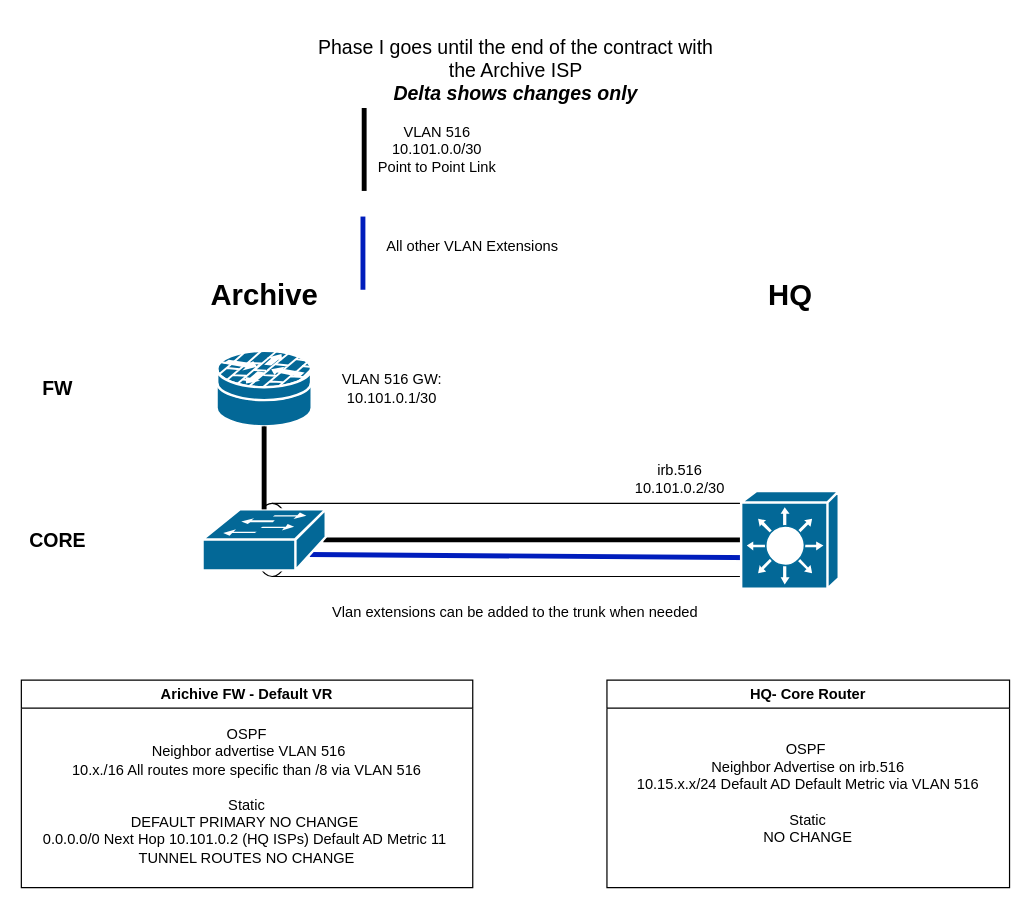
adamrt918/Diagram keeps this draw.io diagram as page "Delta Phase I" (2 of 2) of Archive.drawio. Above is the earlier version. Source tidied: cells renumbered, new cells numbered last; positions are measured from the earlier drawing's top-left corner, leaving out a move shared by most shapes. Both pictures are drawn from the tidied source at 122%, with x=0, y=0 at pixel (21, 21).
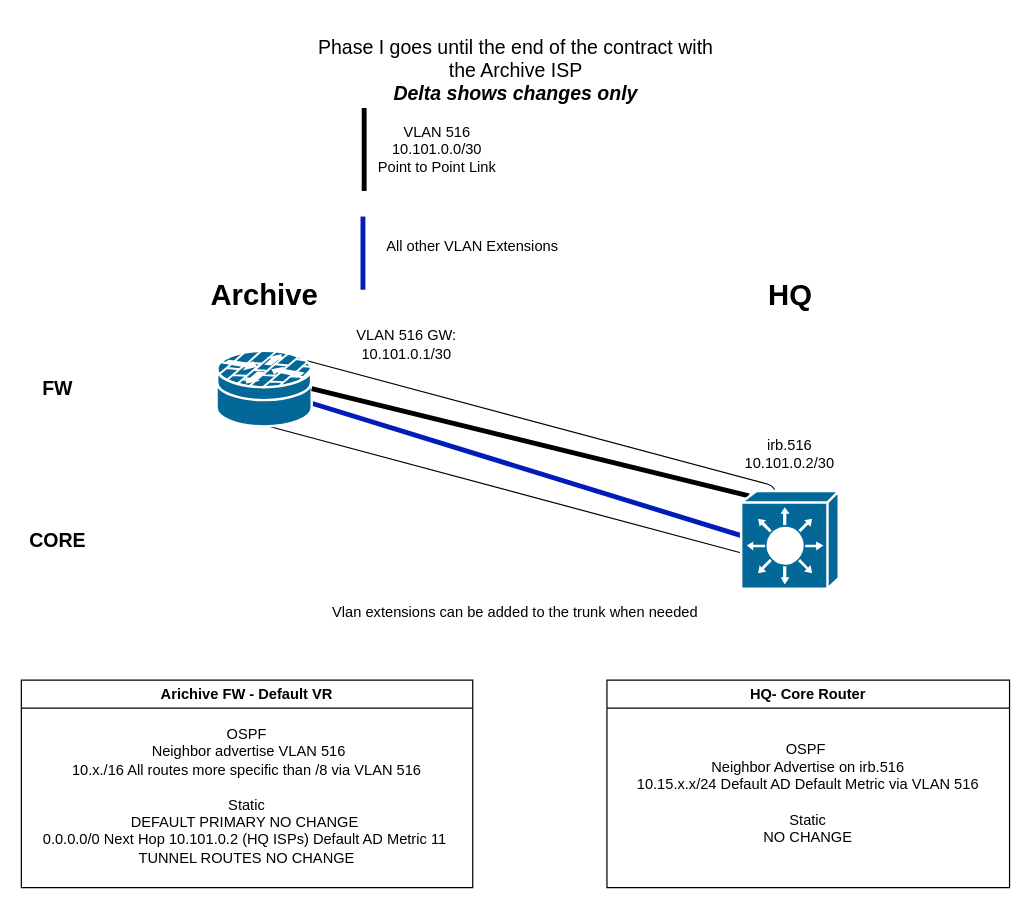
After the change.

Unchanged cells that the change refers to:
```xml
<mxCell id="5" style="shape=mxgraph.cisco.security.router_firewall;sketch=0;html=1;dashed=0;fillColor=#036897;strokeColor=#ffffff;strokeWidth=2;verticalLabelPosition=bottom;verticalAlign=top;align=center;outlineConnect=0;" parent="1" vertex="1">
  <mxGeometry x="160" y="270" width="78" height="62" as="geometry" />
</mxCell>
<mxCell id="22" style="shape=mxgraph.cisco.switches.layer_3_switch;sketch=0;html=1;dashed=0;fillColor=#036897;strokeColor=#ffffff;strokeWidth=2;verticalLabelPosition=bottom;verticalAlign=top;align=center;outlineConnect=0;" parent="1" vertex="1">
  <mxGeometry x="590" y="385" width="80" height="80" as="geometry" />
</mxCell>
```

The edit, as a diff of the source:
```diff
@@
-    <mxCell id="2" style="shape=cylinder3;whiteSpace=wrap;html=1;boundedLbl=1;backgroundOutline=1;size=15;rotation=-90;" parent="1" vertex="1">
-      <mxGeometry x="381.8" y="203.8" width="60" height="442.5" as="geometry" />
+    <mxCell id="2" style="shape=cylinder3;whiteSpace=wrap;html=1;boundedLbl=1;backgroundOutline=1;size=15;rotation=-75;" parent="1" vertex="1">
+      <mxGeometry x="375" y="133.8" width="60" height="442.5" as="geometry" />
     </mxCell>
-    <mxCell id="3" style="endArrow=none;html=1;rounded=0;exitX=0.87;exitY=0.74;exitDx=0;exitDy=0;exitPerimeter=0;strokeWidth=4;strokeColor=#001DBC;fillColor=#0050ef;" parent="1" edge="1" source="7">
+    <mxCell id="3" style="endArrow=none;html=1;rounded=0;strokeWidth=4;strokeColor=#001DBC;fillColor=#0050ef;" parent="1" edge="1" source="5">
       <mxGeometry relative="1" as="geometry">
         <mxPoint x="650" y="440" as="targetPoint" />
       </mxGeometry>
     </mxCell>
-    <mxCell id="4" style="endArrow=none;html=1;rounded=0;exitX=0.98;exitY=0.5;exitDx=0;exitDy=0;exitPerimeter=0;entryX=0;entryY=0.5;entryDx=0;entryDy=0;entryPerimeter=0;strokeWidth=4;strokeColor=light-dark(#000000,#FFFF33);" parent="1" edge="1" source="7" target="22">
-      <mxGeometry relative="1" as="geometry" />
-    </mxCell>
@@
-    <mxCell id="6" style="endArrow=none;html=1;rounded=0;entryX=0.5;entryY=1;entryDx=0;entryDy=0;entryPerimeter=0;exitX=0.5;exitY=0;exitDx=0;exitDy=0;exitPerimeter=0;" parent="1" edge="1" source="7" target="5">
-      <mxGeometry relative="1" as="geometry" />
-    </mxCell>
-    <mxCell id="7" style="shape=mxgraph.cisco.switches.workgroup_switch;sketch=0;html=1;dashed=0;fillColor=#036897;strokeColor=#ffffff;strokeWidth=2;verticalLabelPosition=bottom;verticalAlign=top;align=center;outlineConnect=0;" parent="1" vertex="1">
-      <mxGeometry x="148.5" y="400" width="101" height="50" as="geometry" />
-    </mxCell>
@@
-    <mxCell id="15" style="endArrow=none;html=1;rounded=0;exitX=0.5;exitY=0;exitDx=0;exitDy=0;exitPerimeter=0;entryX=0.5;entryY=1;entryDx=0;entryDy=0;entryPerimeter=0;strokeWidth=4;strokeColor=light-dark(#000000,#FFFF33);" parent="1" edge="1" source="7" target="5">
+    <mxCell id="15" style="endArrow=none;html=1;rounded=0;exitX=0.08;exitY=0.05;exitDx=0;exitDy=0;exitPerimeter=0;entryX=1;entryY=0.5;entryDx=0;entryDy=0;strokeWidth=4;strokeColor=light-dark(#000000,#FFFF33);entryPerimeter=0;" parent="1" edge="1" source="22" target="5">
       <mxGeometry relative="1" as="geometry" />
     </mxCell>
@@
     <mxCell id="18" value="VLAN 516 GW: 10.101.0.1/30" style="text;html=1;whiteSpace=wrap;strokeColor=none;fillColor=none;align=center;verticalAlign=middle;rounded=0;" parent="1" vertex="1">
-      <mxGeometry x="238" y="286" width="132" height="30" as="geometry" />
+      <mxGeometry x="250" y="250" width="132" height="30" as="geometry" />
     </mxCell>
     <mxCell id="19" value="irb.516&lt;div&gt;10.101.0.2/30&lt;/div&gt;" style="text;html=1;whiteSpace=wrap;strokeColor=none;fillColor=none;align=center;verticalAlign=middle;rounded=0;" parent="1" vertex="1">
-      <mxGeometry x="480" y="360" width="120" height="30" as="geometry" />
+      <mxGeometry x="570" y="340" width="120" height="30" as="geometry" />
     </mxCell>
```
